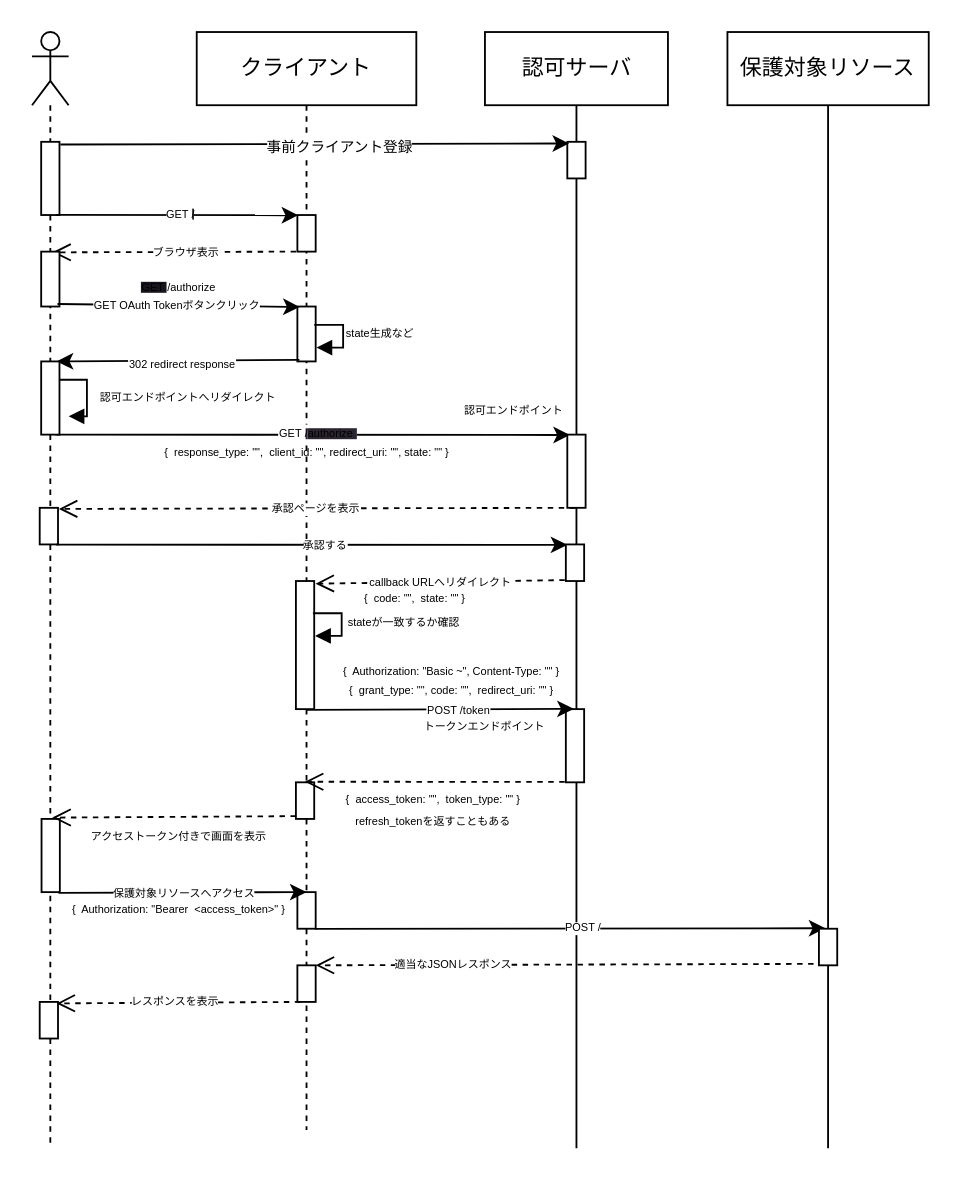
Above: Authorization_Code_Flow(oauth_client).drawio in KEN3pei/oauth-hands-on (draw.io), before the change. Source tidied: cells renumbered, new cells numbered last; positions are measured from the earlier drawing's top-left corner, leaving out a move shared by most shapes. Both pictures are drawn from the tidied source at 183%, with x=0, y=0 at pixel (31, 31).
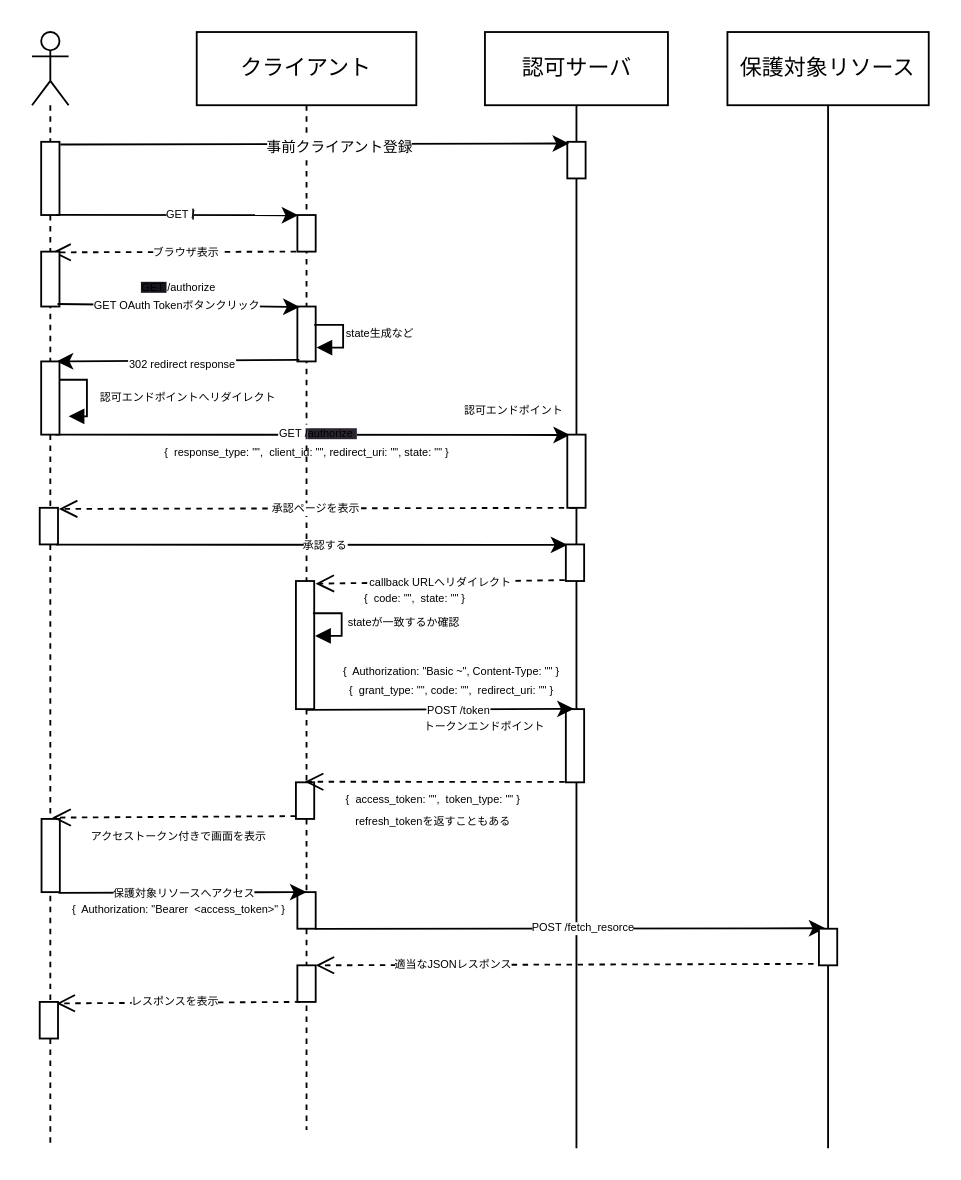
The same diagram, later.

The change refers to these unchanged cells:
```xml
<mxCell id="65" style="endArrow=classic;html=1;fontSize=6;exitX=0.967;exitY=1.005;exitDx=0;exitDy=0;exitPerimeter=0;entryX=0.354;entryY=-0.013;entryDx=0;entryDy=0;entryPerimeter=0;" parent="1" edge="1" source="17" target="68">
  <mxGeometry relative="1" as="geometry" />
</mxCell>
```

Change to the diagram source:
```diff
@@
-    <mxCell id="66" value="POST /" style="edgeLabel;html=1;align=center;verticalAlign=middle;fontSize=6;" parent="65" vertex="1">
+    <mxCell id="66" value="POST /fetch_resorce" style="edgeLabel;html=1;align=center;verticalAlign=middle;fontSize=6;" parent="65" vertex="1">
       <mxGeometry x="0.09" relative="1" as="geometry">
         <mxPoint x="-6" as="offset" />
       </mxGeometry>
     </mxCell>
```
